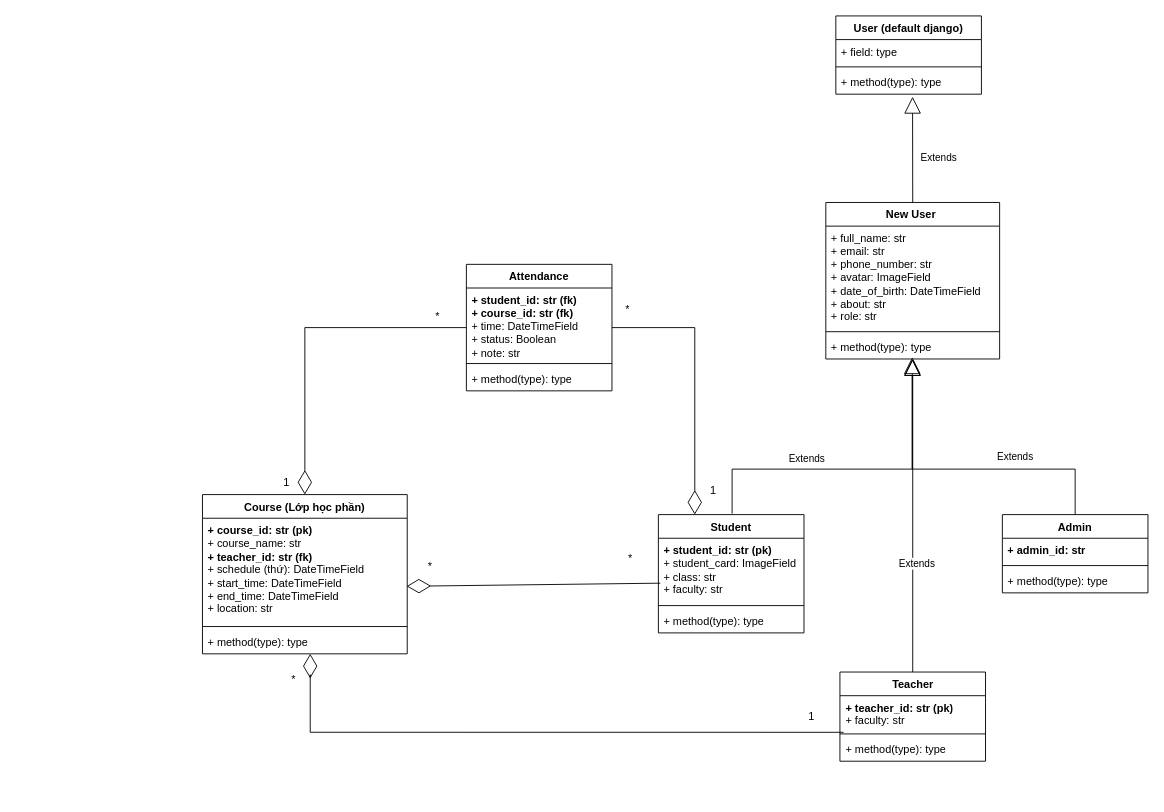
This is class-diagram.drawio from tranductri2003/PBL04_DUT_student-checkin-system, a draw.io file, before an edit. Source tidied: cells renumbered, new cells numbered last; positions are measured from the earlier drawing's top-left corner, leaving out a move shared by most shapes. Both pictures are drawn from the tidied source at 91%, with x=0, y=0 at pixel (202, 15).
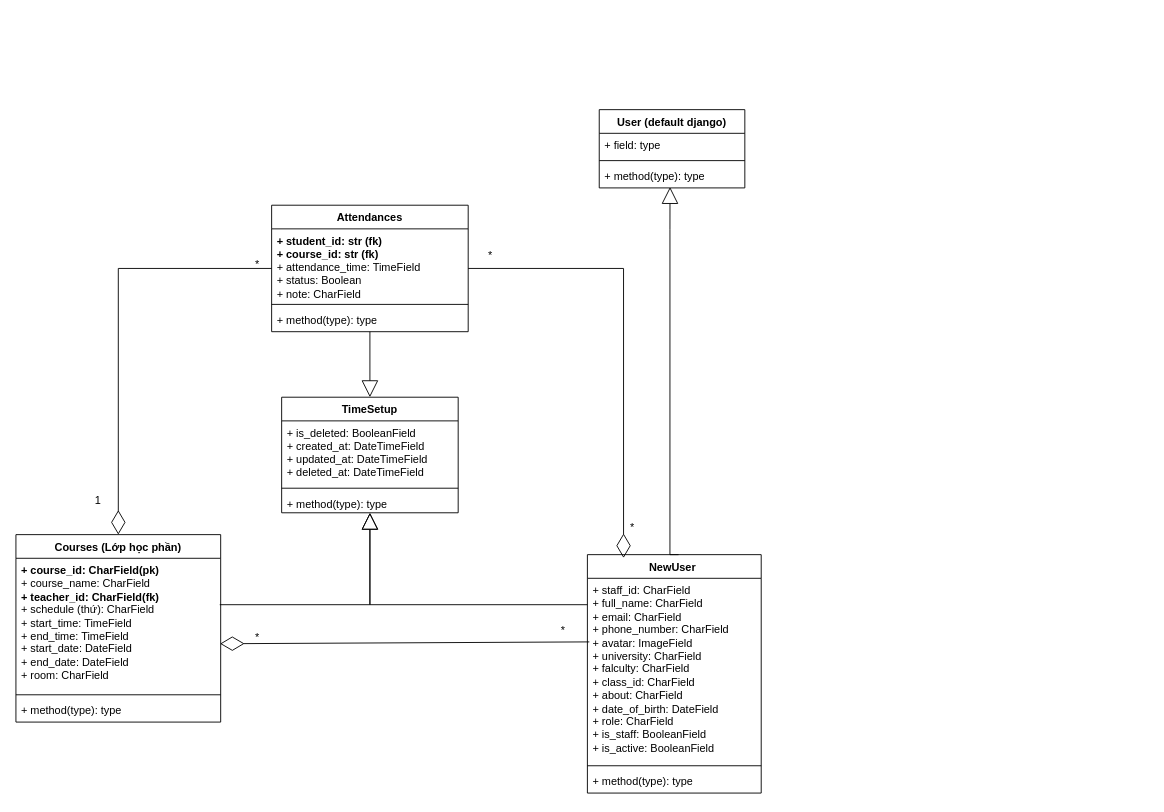
The same page after the edit.

The change refers to these unchanged cells:
```xml
<mxCell id="5" value="+ method(type): type" style="text;strokeColor=none;fillColor=none;align=left;verticalAlign=top;spacingLeft=4;spacingRight=4;overflow=hidden;points=[[0,0.5],[1,0.5]];portConstraint=eastwest;whiteSpace=wrap;html=1;" parent="2" vertex="1">
  <mxGeometry y="60" width="160" height="26" as="geometry" />
</mxCell>
```

Change to the diagram source:
```diff
@@
     <mxCell id="2" value="User (default django)" style="swimlane;fontStyle=1;align=center;verticalAlign=top;horizontal=1;startSize=26;whiteSpace=wrap;html=1;" parent="1" vertex="1">
-      <mxGeometry x="696" width="160" height="86" as="geometry" />
+      <mxGeometry x="436" y="103" width="160" height="86" as="geometry" />
     </mxCell>
@@
-    <mxCell id="6" value="New User&amp;nbsp;" style="swimlane;fontStyle=1;align=center;verticalAlign=top;horizontal=1;startSize=26;whiteSpace=wrap;html=1;" parent="1" vertex="1">
-      <mxGeometry x="685" y="205" width="191" height="172" as="geometry" />
+    <mxCell id="6" value="NewUser&amp;nbsp;" style="swimlane;fontStyle=1;align=center;verticalAlign=top;horizontal=1;startSize=26;whiteSpace=wrap;html=1;" parent="1" vertex="1">
+      <mxGeometry x="423" y="592" width="191" height="262" as="geometry" />
     </mxCell>
-    <mxCell id="7" value="+ full_name: str&lt;br&gt;+ email: str&lt;br&gt;+ phone_number: str&lt;br&gt;+ avatar: ImageField&lt;br&gt;+&amp;nbsp;date_of_birth: DateTimeField&lt;br&gt;+ about: str&lt;br&gt;+ role: str" style="text;strokeColor=none;fillColor=none;align=left;verticalAlign=top;spacingLeft=4;spacingRight=4;overflow=hidden;points=[[0,0.5],[1,0.5]];portConstraint=eastwest;whiteSpace=wrap;html=1;" parent="6" vertex="1">
-      <mxGeometry y="26" width="191" height="112" as="geometry" />
+    <mxCell id="7" value="+ staff_id: CharField&lt;br&gt;+ full_name: CharField&lt;br&gt;+ email: CharField&lt;br&gt;+ phone_number: CharField&lt;br&gt;+ avatar: ImageField&lt;br&gt;+&amp;nbsp;university: CharField&lt;br&gt;+ falculty: CharField&lt;br&gt;+ class_id: CharField&lt;br&gt;+ about: CharField&lt;br&gt;+&amp;nbsp;date_of_birth: DateField&lt;br&gt;+ role: CharField&lt;br&gt;+ is_staff: BooleanField&lt;br&gt;+ is_active: BooleanField" style="text;strokeColor=none;fillColor=none;align=left;verticalAlign=top;spacingLeft=4;spacingRight=4;overflow=hidden;points=[[0,0.5],[1,0.5]];portConstraint=eastwest;whiteSpace=wrap;html=1;" parent="6" vertex="1">
+      <mxGeometry y="26" width="191" height="202" as="geometry" />
     </mxCell>
     <mxCell id="8" style="line;strokeWidth=1;fillColor=none;align=left;verticalAlign=middle;spacingTop=-1;spacingLeft=3;spacingRight=3;labelPosition=right;strokeColor=inherit;" parent="6" vertex="1">
-      <mxGeometry y="138" width="191" height="8" as="geometry" />
+      <mxGeometry y="228" width="191" height="8" as="geometry" />
     </mxCell>
     <mxCell id="9" value="+ method(type): type" style="text;strokeColor=none;fillColor=none;align=left;verticalAlign=top;spacingLeft=4;spacingRight=4;overflow=hidden;whiteSpace=wrap;html=1;" parent="6" vertex="1">
-      <mxGeometry y="146" width="191" height="26" as="geometry" />
+      <mxGeometry y="236" width="191" height="26" as="geometry" />
     </mxCell>
-    <mxCell id="10" value="Student" style="swimlane;fontStyle=1;align=center;verticalAlign=top;horizontal=1;startSize=26;whiteSpace=wrap;html=1;" parent="1" vertex="1">
-      <mxGeometry x="501" y="548" width="160" height="130" as="geometry" />
-    </mxCell>
-    <mxCell id="11" value="&lt;b&gt;+ student_id: str (pk)&lt;br&gt;&lt;/b&gt;+ student_card: ImageField&lt;br&gt;+ class: str&lt;br&gt;+ faculty: str" style="text;strokeColor=none;fillColor=none;align=left;verticalAlign=top;spacingLeft=4;spacingRight=4;overflow=hidden;points=[[0,0.5],[1,0.5]];portConstraint=eastwest;whiteSpace=wrap;html=1;" parent="10" vertex="1">
-      <mxGeometry y="26" width="160" height="70" as="geometry" />
-    </mxCell>
-    <mxCell id="12" style="line;strokeWidth=1;fillColor=none;align=left;verticalAlign=middle;spacingTop=-1;spacingLeft=3;spacingRight=3;labelPosition=right;strokeColor=inherit;" parent="10" vertex="1">
-      <mxGeometry y="96" width="160" height="8" as="geometry" />
-    </mxCell>
-    <mxCell id="13" value="+ method(type): type" style="text;strokeColor=none;fillColor=none;align=left;verticalAlign=top;spacingLeft=4;spacingRight=4;overflow=hidden;whiteSpace=wrap;html=1;" parent="10" vertex="1">
-      <mxGeometry y="104" width="160" height="26" as="geometry" />
-    </mxCell>
-    <mxCell id="14" value="Teacher" style="swimlane;fontStyle=1;align=center;verticalAlign=top;horizontal=1;startSize=26;whiteSpace=wrap;html=1;" parent="1" vertex="1">
-      <mxGeometry x="700.5" y="721" width="160" height="98" as="geometry" />
-    </mxCell>
-    <mxCell id="15" value="&lt;b&gt;+ teacher_id: str (pk)&lt;br&gt;&lt;/b&gt;+ faculty: str" style="text;strokeColor=none;fillColor=none;align=left;verticalAlign=top;spacingLeft=4;spacingRight=4;overflow=hidden;points=[[0,0.5],[1,0.5]];portConstraint=eastwest;whiteSpace=wrap;html=1;" parent="14" vertex="1">
-      <mxGeometry y="26" width="160" height="38" as="geometry" />
-    </mxCell>
-    <mxCell id="16" style="line;strokeWidth=1;fillColor=none;align=left;verticalAlign=middle;spacingTop=-1;spacingLeft=3;spacingRight=3;labelPosition=right;strokeColor=inherit;" parent="14" vertex="1">
-      <mxGeometry y="64" width="160" height="8" as="geometry" />
-    </mxCell>
-    <mxCell id="17" value="+ method(type): type" style="text;strokeColor=none;fillColor=none;align=left;verticalAlign=top;spacingLeft=4;spacingRight=4;overflow=hidden;whiteSpace=wrap;html=1;" parent="14" vertex="1">
-      <mxGeometry y="72" width="160" height="26" as="geometry" />
-    </mxCell>
-    <mxCell id="18" value="Admin" style="swimlane;fontStyle=1;align=center;verticalAlign=top;horizontal=1;startSize=26;whiteSpace=wrap;html=1;" parent="1" vertex="1">
-      <mxGeometry x="879" y="548" width="160" height="86" as="geometry" />
-    </mxCell>
-    <mxCell id="19" value="&lt;b&gt;+ admin_id: str&amp;nbsp;&lt;/b&gt;" style="text;strokeColor=none;fillColor=none;align=left;verticalAlign=top;spacingLeft=4;spacingRight=4;overflow=hidden;whiteSpace=wrap;html=1;" parent="18" vertex="1">
-      <mxGeometry y="26" width="160" height="26" as="geometry" />
-    </mxCell>
-    <mxCell id="20" style="line;strokeWidth=1;fillColor=none;align=left;verticalAlign=middle;spacingTop=-1;spacingLeft=3;spacingRight=3;labelPosition=right;strokeColor=inherit;" parent="18" vertex="1">
-      <mxGeometry y="52" width="160" height="8" as="geometry" />
-    </mxCell>
-    <mxCell id="21" value="+ method(type): type" style="text;strokeColor=none;fillColor=none;align=left;verticalAlign=top;spacingLeft=4;spacingRight=4;overflow=hidden;whiteSpace=wrap;html=1;" parent="18" vertex="1">
-      <mxGeometry y="60" width="160" height="26" as="geometry" />
-    </mxCell>
-    <mxCell id="22" value="Course (Lớp học phần)" style="swimlane;fontStyle=1;align=center;verticalAlign=top;horizontal=1;startSize=26;whiteSpace=wrap;html=1;" parent="1" vertex="1">
-      <mxGeometry y="526" width="225" height="175" as="geometry" />
+    <mxCell id="22" value="Courses (Lớp học phần)" style="swimlane;fontStyle=1;align=center;verticalAlign=top;horizontal=1;startSize=26;whiteSpace=wrap;html=1;" parent="1" vertex="1">
+      <mxGeometry x="-205" y="570" width="225" height="206" as="geometry" />
     </mxCell>
-    <mxCell id="23" value="&lt;b&gt;+ course_id: str&lt;/b&gt;&amp;nbsp;&lt;b&gt;(pk)&lt;/b&gt;&lt;br&gt;+ course_name: str&lt;br&gt;&lt;b&gt;+ teacher_id: str (fk)&lt;/b&gt;&lt;br&gt;+ schedule (thứ): DateTimeField&lt;br&gt;+ start_time: DateTimeField&lt;br&gt;+ end_time: DateTimeField&lt;br&gt;+ location: str" style="text;strokeColor=none;fillColor=none;align=left;verticalAlign=top;spacingLeft=4;spacingRight=4;overflow=hidden;points=[[0,0.5],[1,0.5]];portConstraint=eastwest;whiteSpace=wrap;html=1;" parent="22" vertex="1">
-      <mxGeometry y="26" width="225" height="115" as="geometry" />
+    <mxCell id="23" value="&lt;b&gt;+ course_id:&amp;nbsp;CharField(pk)&lt;/b&gt;&lt;br&gt;+ course_name: CharField&lt;br&gt;&lt;b&gt;+ teacher_id:&amp;nbsp;CharField(fk)&lt;/b&gt;&lt;br&gt;+ schedule (thứ): CharField&lt;br&gt;+ start_time: TimeField&lt;br&gt;+ end_time: TimeField&lt;br&gt;+ start_date: DateField&lt;br&gt;+ end_date: DateField&lt;br&gt;+ room: CharField" style="text;strokeColor=none;fillColor=none;align=left;verticalAlign=top;spacingLeft=4;spacingRight=4;overflow=hidden;points=[[0,0.5],[1,0.5]];portConstraint=eastwest;whiteSpace=wrap;html=1;" parent="22" vertex="1">
+      <mxGeometry y="26" width="225" height="146" as="geometry" />
     </mxCell>
     <mxCell id="24" style="line;strokeWidth=1;fillColor=none;align=left;verticalAlign=middle;spacingTop=-1;spacingLeft=3;spacingRight=3;labelPosition=right;strokeColor=inherit;" parent="22" vertex="1">
-      <mxGeometry y="141" width="225" height="8" as="geometry" />
+      <mxGeometry y="172" width="225" height="8" as="geometry" />
     </mxCell>
     <mxCell id="25" value="+ method(type): type" style="text;strokeColor=none;fillColor=none;align=left;verticalAlign=top;spacingLeft=4;spacingRight=4;overflow=hidden;points=[[0,0.5],[1,0.5]];portConstraint=eastwest;whiteSpace=wrap;html=1;" parent="22" vertex="1">
-      <mxGeometry y="149" width="225" height="26" as="geometry" />
+      <mxGeometry y="180" width="225" height="26" as="geometry" />
     </mxCell>
-    <mxCell id="26" value="Attendance" style="swimlane;fontStyle=1;align=center;verticalAlign=top;horizontal=1;startSize=26;whiteSpace=wrap;html=1;" parent="1" vertex="1">
-      <mxGeometry x="290" y="273" width="160" height="139" as="geometry" />
+    <mxCell id="26" value="Attendances" style="swimlane;fontStyle=1;align=center;verticalAlign=top;horizontal=1;startSize=26;whiteSpace=wrap;html=1;" parent="1" vertex="1">
+      <mxGeometry x="76" y="208" width="216" height="139" as="geometry" />
     </mxCell>
-    <mxCell id="27" value="&lt;b&gt;+ student_id: str (fk)&lt;/b&gt;&lt;br&gt;&lt;b&gt;+ course_id: str (fk)&lt;/b&gt;&lt;br&gt;+ time: DateTimeField&lt;br&gt;+ status: Boolean&lt;br&gt;+ note: str" style="text;strokeColor=none;fillColor=none;align=left;verticalAlign=top;spacingLeft=4;spacingRight=4;overflow=hidden;whiteSpace=wrap;html=1;" parent="26" vertex="1">
-      <mxGeometry y="26" width="160" height="79" as="geometry" />
+    <mxCell id="27" value="&lt;b&gt;+ student_id: str (fk)&lt;/b&gt;&lt;br&gt;&lt;b&gt;+ course_id: str (fk)&lt;/b&gt;&lt;br&gt;+&amp;nbsp;attendance_time&lt;span style=&quot;background-color: initial;&quot;&gt;: TimeField&lt;/span&gt;&lt;br&gt;+ status: Boolean&lt;br&gt;+ note: CharField" style="text;strokeColor=none;fillColor=none;align=left;verticalAlign=top;spacingLeft=4;spacingRight=4;overflow=hidden;whiteSpace=wrap;html=1;" parent="26" vertex="1">
+      <mxGeometry y="26" width="216" height="79" as="geometry" />
     </mxCell>
     <mxCell id="28" style="line;strokeWidth=1;fillColor=none;align=left;verticalAlign=middle;spacingTop=-1;spacingLeft=3;spacingRight=3;labelPosition=right;strokeColor=inherit;" parent="26" vertex="1">
-      <mxGeometry y="105" width="160" height="8" as="geometry" />
+      <mxGeometry y="105" width="216" height="8" as="geometry" />
     </mxCell>
     <mxCell id="29" value="+ method(type): type" style="text;strokeColor=none;fillColor=none;align=left;verticalAlign=top;spacingLeft=4;spacingRight=4;overflow=hidden;points=[[0,0.5],[1,0.5]];portConstraint=eastwest;whiteSpace=wrap;html=1;" parent="26" vertex="1">
-      <mxGeometry y="113" width="160" height="26" as="geometry" />
+      <mxGeometry y="113" width="216" height="26" as="geometry" />
     </mxCell>
-    <mxCell id="30" value="Extends" style="endArrow=block;endSize=16;endFill=0;html=1;rounded=0;edgeStyle=orthogonalEdgeStyle;" parent="1" edge="1" target="6">
-      <mxGeometry x="-0.29" y="11" relative="1" as="geometry">
-        <mxPoint x="582" y="547" as="sourcePoint" />
-        <Array as="points">
-          <mxPoint x="582" y="498" />
-          <mxPoint x="780" y="498" />
-        </Array>
-      </mxGeometry>
-    </mxCell>
-    <mxCell id="31" value="Extends" style="endArrow=block;endSize=16;endFill=0;html=1;rounded=0;edgeStyle=orthogonalEdgeStyle;" parent="1" edge="1" source="18">
-      <mxGeometry x="-0.34" y="-13" relative="1" as="geometry">
-        <mxPoint x="780" y="375" as="targetPoint" />
-        <Array as="points">
-          <mxPoint x="959" y="498" />
-          <mxPoint x="780" y="498" />
-        </Array>
-      </mxGeometry>
-    </mxCell>
-    <mxCell id="32" value="Extends" style="endArrow=block;endSize=16;endFill=0;html=1;rounded=0;exitX=0.5;exitY=0;exitDx=0;exitDy=0;" parent="1" edge="1" source="14" target="6">
-      <mxGeometry x="-0.31" y="-5" relative="1" as="geometry">
-        <mxPoint x="-1" as="offset" />
-      </mxGeometry>
-    </mxCell>
-    <mxCell id="33" value="Extends" style="endArrow=block;endSize=16;endFill=0;html=1;rounded=0;entryX=0.527;entryY=1.107;entryDx=0;entryDy=0;entryPerimeter=0;exitX=0.5;exitY=0;exitDx=0;exitDy=0;" parent="1" edge="1" source="6" target="5">
-      <mxGeometry x="-0.16" y="-29" relative="1" as="geometry" />
+    <mxCell id="33" style="endArrow=block;endSize=16;endFill=0;html=1;rounded=0;exitX=0.5;exitY=0;exitDx=0;exitDy=0;edgeStyle=orthogonalEdgeStyle;" parent="1" edge="1">
+      <mxGeometry x="-0.16" y="-29" relative="1" as="geometry">
+        <mxPoint x="523.2" y="592" as="sourcePoint" />
+        <mxPoint x="513.8" y="188" as="targetPoint" />
+        <Array as="points">
+          <mxPoint x="513.7" y="235" />
+          <mxPoint x="513.7" y="235" />
+        </Array>
+      </mxGeometry>
     </mxCell>
-    <mxCell id="34" style="endArrow=diamondThin;endFill=0;endSize=24;html=1;rounded=0;exitX=0.013;exitY=0.705;exitDx=0;exitDy=0;exitPerimeter=0;entryX=0.997;entryY=0.65;entryDx=0;entryDy=0;entryPerimeter=0;" parent="1" edge="1" source="11" target="23">
-      <mxGeometry relative="1" as="geometry" />
+    <mxCell id="34" style="endArrow=diamondThin;endFill=0;endSize=24;html=1;rounded=0;entryX=0.997;entryY=0.65;entryDx=0;entryDy=0;entryPerimeter=0;exitX=0.011;exitY=0.346;exitDx=0;exitDy=0;exitPerimeter=0;" parent="1" edge="1" source="7">
+      <mxGeometry relative="1" as="geometry">
+        <mxPoint x="19.3" y="689.9" as="targetPoint" />
+      </mxGeometry>
     </mxCell>
     <mxCell id="35" value="&lt;span style=&quot;font-weight: 400;&quot;&gt;*&lt;/span&gt;" style="text;align=center;fontStyle=1;verticalAlign=middle;spacingLeft=3;spacingRight=3;strokeColor=none;html=1;" parent="1" vertex="1">
-      <mxGeometry x="210" y="592" width="80" height="26" as="geometry" />
+      <mxGeometry x="20" y="670" width="80" height="26" as="geometry" />
     </mxCell>
     <mxCell id="36" value="&lt;span style=&quot;font-weight: 400;&quot;&gt;*&lt;/span&gt;" style="text;align=center;fontStyle=1;verticalAlign=middle;spacingLeft=3;spacingRight=3;strokeColor=none;html=1;" parent="1" vertex="1">
-      <mxGeometry x="430" y="584" width="80" height="26" as="geometry" />
+      <mxGeometry x="356" y="663" width="80" height="26" as="geometry" />
     </mxCell>
-    <mxCell id="37" style="endArrow=diamondThin;endFill=0;endSize=24;html=1;rounded=0;exitX=0.025;exitY=1.059;exitDx=0;exitDy=0;exitPerimeter=0;entryX=0.526;entryY=1;entryDx=0;entryDy=0;entryPerimeter=0;edgeStyle=orthogonalEdgeStyle;" parent="1" edge="1" source="15" target="25">
-      <mxGeometry relative="1" as="geometry" />
-    </mxCell>
-    <mxCell id="38" value="&lt;span style=&quot;font-weight: 400;&quot;&gt;*&lt;/span&gt;" style="text;align=center;fontStyle=1;verticalAlign=middle;spacingLeft=3;spacingRight=3;strokeColor=none;html=1;" parent="1" vertex="1">
-      <mxGeometry x="60" y="716" width="80" height="26" as="geometry" />
-    </mxCell>
-    <mxCell id="39" value="&lt;span style=&quot;font-weight: 400;&quot;&gt;1&lt;/span&gt;" style="text;align=center;fontStyle=1;verticalAlign=middle;spacingLeft=3;spacingRight=3;strokeColor=none;html=1;" parent="1" vertex="1">
-      <mxGeometry x="629" y="757" width="80" height="26" as="geometry" />
-    </mxCell>
     <mxCell id="40" value="&lt;span style=&quot;font-weight: 400;&quot;&gt;*&lt;/span&gt;" style="text;align=center;fontStyle=1;verticalAlign=middle;spacingLeft=3;spacingRight=3;strokeColor=none;html=1;" parent="1" vertex="1">
-      <mxGeometry x="427" y="310" width="80" height="26" as="geometry" />
+      <mxGeometry x="276" y="251" width="80" height="26" as="geometry" />
     </mxCell>
-    <mxCell id="41" style="endArrow=diamondThin;endFill=0;endSize=24;html=1;rounded=0;entryX=0.25;entryY=0;entryDx=0;entryDy=0;edgeStyle=orthogonalEdgeStyle;" parent="1" edge="1" source="26" target="10">
-      <mxGeometry relative="1" as="geometry" />
+    <mxCell id="41" style="endArrow=diamondThin;endFill=0;endSize=24;html=1;rounded=0;edgeStyle=orthogonalEdgeStyle;entryX=0.208;entryY=0.014;entryDx=0;entryDy=0;entryPerimeter=0;" parent="1" edge="1" source="26" target="6">
+      <mxGeometry relative="1" as="geometry">
+        <Array as="points">
+          <mxPoint x="463" y="277" />
+        </Array>
+      </mxGeometry>
     </mxCell>
@@
-    <mxCell id="43" value="&lt;span style=&quot;font-weight: 400;&quot;&gt;1&lt;/span&gt;" style="text;align=center;fontStyle=1;verticalAlign=middle;spacingLeft=3;spacingRight=3;strokeColor=none;html=1;" parent="1" vertex="1">
-      <mxGeometry x="521" y="509" width="80" height="26" as="geometry" />
+    <mxCell id="43" value="&lt;span style=&quot;font-weight: 400;&quot;&gt;*&lt;/span&gt;" style="text;align=center;fontStyle=1;verticalAlign=middle;spacingLeft=3;spacingRight=3;strokeColor=none;html=1;" parent="1" vertex="1">
+      <mxGeometry x="432" y="550" width="80" height="26" as="geometry" />
     </mxCell>
     <mxCell id="44" value="&lt;span style=&quot;font-weight: 400;&quot;&gt;*&lt;/span&gt;" style="text;align=center;fontStyle=1;verticalAlign=middle;spacingLeft=3;spacingRight=3;strokeColor=none;html=1;" parent="1" vertex="1">
-      <mxGeometry x="218" y="318" width="80" height="26" as="geometry" />
+      <mxGeometry x="20" y="260" width="80" height="26" as="geometry" />
     </mxCell>
     <mxCell id="45" value="&lt;span style=&quot;font-weight: 400;&quot;&gt;1&lt;/span&gt;" style="text;align=center;fontStyle=1;verticalAlign=middle;spacingLeft=3;spacingRight=3;strokeColor=none;html=1;" parent="1" vertex="1">
-      <mxGeometry x="52" y="500" width="80" height="26" as="geometry" />
+      <mxGeometry x="-155" y="520" width="80" height="26" as="geometry" />
     </mxCell>
+    <mxCell id="46" value="TimeSetup" style="swimlane;fontStyle=1;align=center;verticalAlign=top;horizontal=1;startSize=26;whiteSpace=wrap;html=1;" parent="1" vertex="1">
+      <mxGeometry x="87" y="419" width="194" height="127" as="geometry" />
+    </mxCell>
+    <mxCell id="47" value="+ is_deleted: BooleanField&lt;br&gt;+ created_at: DateTimeField&lt;br&gt;+ updated_at: DateTimeField&lt;br&gt;+ deleted_at: DateTimeField" style="text;strokeColor=none;fillColor=none;align=left;verticalAlign=top;spacingLeft=4;spacingRight=4;overflow=hidden;whiteSpace=wrap;html=1;" parent="46" vertex="1">
+      <mxGeometry y="26" width="194" height="70" as="geometry" />
+    </mxCell>
+    <mxCell id="48" style="line;strokeWidth=1;fillColor=none;align=left;verticalAlign=middle;spacingTop=-1;spacingLeft=3;spacingRight=3;labelPosition=right;strokeColor=inherit;" parent="46" vertex="1">
+      <mxGeometry y="96" width="194" height="8" as="geometry" />
+    </mxCell>
+    <mxCell id="49" value="+ method(type): type" style="text;strokeColor=none;fillColor=none;align=left;verticalAlign=top;spacingLeft=4;spacingRight=4;overflow=hidden;points=[[0,0.5],[1,0.5]];portConstraint=eastwest;whiteSpace=wrap;html=1;" parent="46" vertex="1">
+      <mxGeometry y="104" width="194" height="23" as="geometry" />
+    </mxCell>
+    <mxCell id="50" style="endArrow=block;endSize=16;endFill=0;html=1;rounded=0;edgeStyle=orthogonalEdgeStyle;" parent="1" edge="1" target="49">
+      <mxGeometry x="0.84" y="-74" relative="1" as="geometry">
+        <mxPoint x="19" y="647" as="sourcePoint" />
+        <Array as="points">
+          <mxPoint x="184" y="647" />
+        </Array>
+      </mxGeometry>
+    </mxCell>
+    <mxCell id="51" style="endArrow=block;endSize=16;endFill=0;html=1;rounded=0;edgeStyle=orthogonalEdgeStyle;" parent="1" edge="1" source="7" target="49">
+      <mxGeometry x="0.84" y="-74" relative="1" as="geometry">
+        <Array as="points">
+          <mxPoint x="184" y="647" />
+        </Array>
+      </mxGeometry>
+    </mxCell>
+    <mxCell id="52" style="endArrow=block;endSize=16;endFill=0;html=1;rounded=0;" parent="1" edge="1" source="29" target="46">
+      <mxGeometry relative="1" as="geometry" />
+    </mxCell>
```
